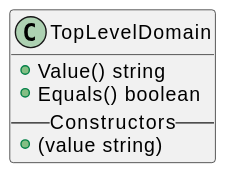
attestify/kernel-specification keeps this PlantUML diagram as diagrams/uri/top-level-domain.svg. Above is the earlier version.
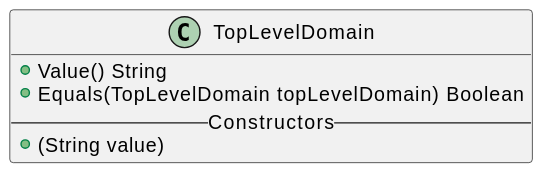
Later version of the same file.

Change to the diagram source:
```diff
@@ -1,10 +1,10 @@
 @startuml
 
 class TopLevelDomain {
-+ Value() string
-+ Equals() boolean
++ Value() String
++ Equals(TopLevelDomain topLevelDomain) Boolean
 -- Constructors --
-+ (value string)
++ (String value)
 }
 
 @enduml
```
